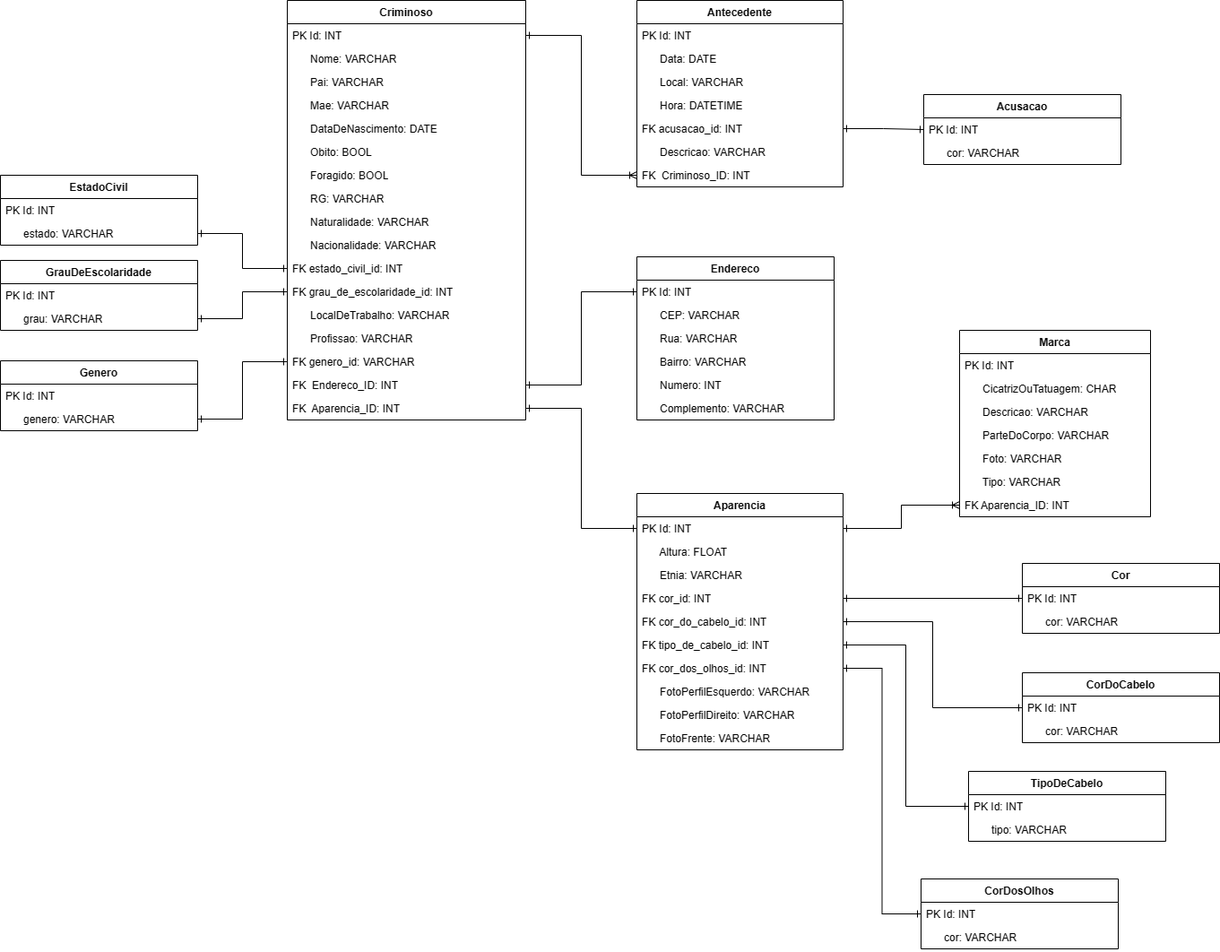
The draw.io diagram Fotos/UML/BancoDeDadosUML.png in PlazaJulio/pcproject, before a commit. Source tidied: cells renumbered, new cells last; positions are measured from the earlier drawing's top-left corner, leaving out a move shared by most shapes.
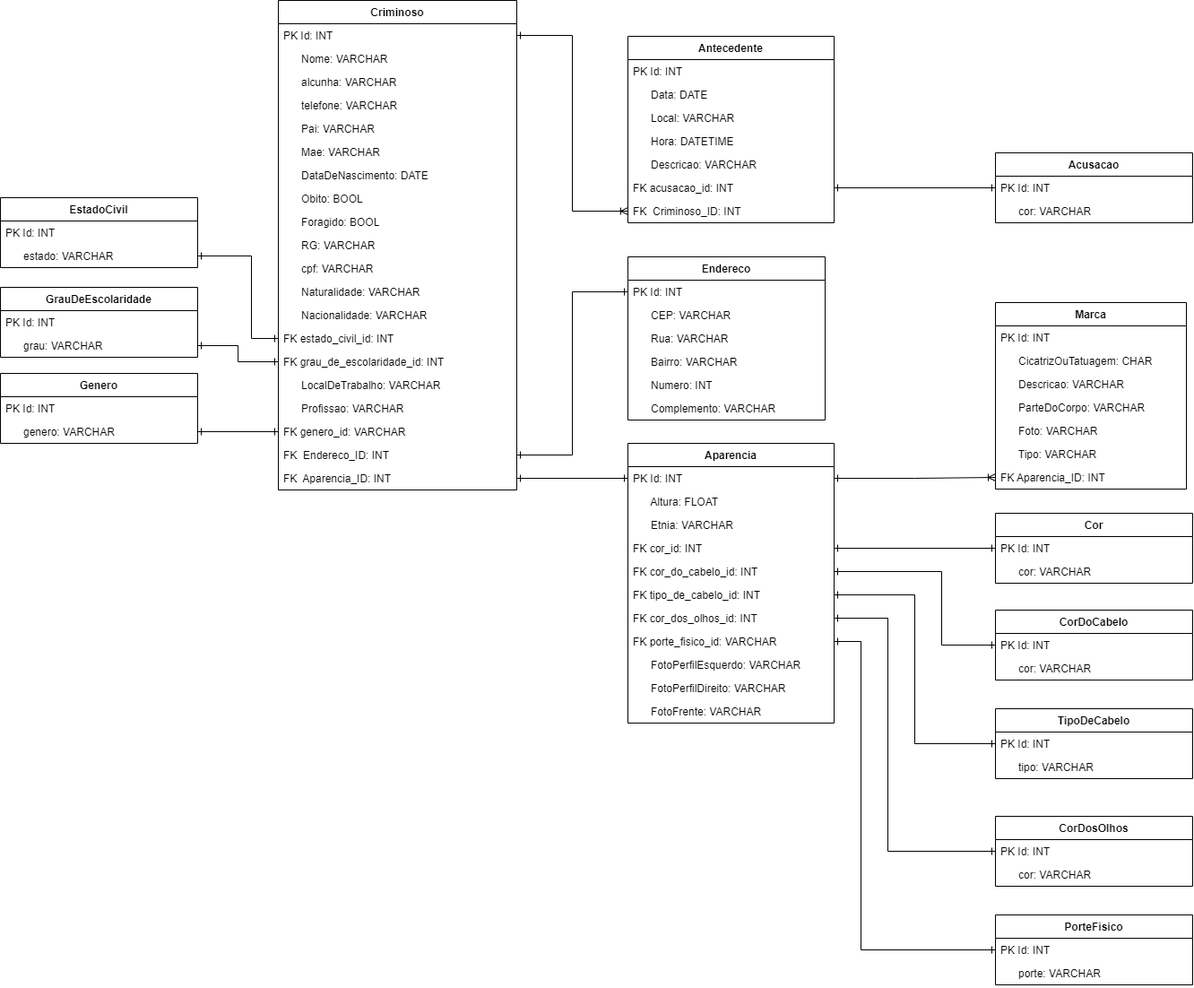
Later version of the same file.

Commit message:
Efetuado a correção do esquema do banco em drawio

Change to the diagram source:
```diff
@@ -26,3 +26,3 @@
     <mxCell id="9" value="Criminoso" style="swimlane;fontStyle=1;align=center;verticalAlign=top;horizontal=1;startSize=26;whiteSpace=wrap;html=1;" parent="1" vertex="1">
-      <mxGeometry x="320" width="266" height="468" as="geometry" />
+      <mxGeometry x="320" width="266" height="546" as="geometry" />
     </mxCell>
@@ -34,46 +34,55 @@
     </mxCell>
+    <mxCell id="90" value="&amp;nbsp; &amp;nbsp; &amp;nbsp; alcunha: VARCHAR" style="text;strokeColor=none;fillColor=none;align=left;verticalAlign=top;spacingLeft=4;spacingRight=4;overflow=hidden;whiteSpace=wrap;html=1;" parent="9" vertex="1">
+      <mxGeometry y="78" width="266" height="26" as="geometry" />
+    </mxCell>
+    <mxCell id="91" value="&amp;nbsp; &amp;nbsp; &amp;nbsp; telefone: VARCHAR" style="text;strokeColor=none;fillColor=none;align=left;verticalAlign=top;spacingLeft=4;spacingRight=4;overflow=hidden;whiteSpace=wrap;html=1;" parent="9" vertex="1">
+      <mxGeometry y="104" width="266" height="26" as="geometry" />
+    </mxCell>
     <mxCell id="12" value="&amp;nbsp; &amp;nbsp; &amp;nbsp; Pai: VARCHAR" style="text;strokeColor=none;fillColor=none;align=left;verticalAlign=top;spacingLeft=4;spacingRight=4;overflow=hidden;whiteSpace=wrap;html=1;" parent="9" vertex="1">
-      <mxGeometry y="78" width="266" height="26" as="geometry" />
+      <mxGeometry y="130" width="266" height="26" as="geometry" />
     </mxCell>
     <mxCell id="13" value="&amp;nbsp; &amp;nbsp; &amp;nbsp; Mae: VARCHAR" style="text;strokeColor=none;fillColor=none;align=left;verticalAlign=top;spacingLeft=4;spacingRight=4;overflow=hidden;whiteSpace=wrap;html=1;" parent="9" vertex="1">
-      <mxGeometry y="104" width="266" height="26" as="geometry" />
+      <mxGeometry y="156" width="266" height="26" as="geometry" />
     </mxCell>
     <mxCell id="14" value="&amp;nbsp; &amp;nbsp; &amp;nbsp; DataDeNascimento: DATE" style="text;strokeColor=none;fillColor=none;align=left;verticalAlign=top;spacingLeft=4;spacingRight=4;overflow=hidden;whiteSpace=wrap;html=1;" parent="9" vertex="1">
-      <mxGeometry y="130" width="266" height="26" as="geometry" />
+      <mxGeometry y="182" width="266" height="26" as="geometry" />
     </mxCell>
     <mxCell id="15" value="&amp;nbsp; &amp;nbsp; &amp;nbsp; Obito: BOOL" style="text;strokeColor=none;fillColor=none;align=left;verticalAlign=top;spacingLeft=4;spacingRight=4;overflow=hidden;whiteSpace=wrap;html=1;" parent="9" vertex="1">
-      <mxGeometry y="156" width="266" height="26" as="geometry" />
+      <mxGeometry y="208" width="266" height="26" as="geometry" />
     </mxCell>
     <mxCell id="16" value="&amp;nbsp; &amp;nbsp; &amp;nbsp; Foragido: BOOL" style="text;strokeColor=none;fillColor=none;align=left;verticalAlign=top;spacingLeft=4;spacingRight=4;overflow=hidden;whiteSpace=wrap;html=1;" parent="9" vertex="1">
-      <mxGeometry y="182" width="266" height="26" as="geometry" />
+      <mxGeometry y="234" width="266" height="26" as="geometry" />
     </mxCell>
     <mxCell id="17" value="&amp;nbsp; &amp;nbsp; &amp;nbsp; RG: VARCHAR" style="text;strokeColor=none;fillColor=none;align=left;verticalAlign=top;spacingLeft=4;spacingRight=4;overflow=hidden;whiteSpace=wrap;html=1;" parent="9" vertex="1">
-      <mxGeometry y="208" width="266" height="26" as="geometry" />
+      <mxGeometry y="260" width="266" height="26" as="geometry" />
     </mxCell>
+    <mxCell id="92" value="&amp;nbsp; &amp;nbsp; &amp;nbsp; cpf: VARCHAR" style="text;strokeColor=none;fillColor=none;align=left;verticalAlign=top;spacingLeft=4;spacingRight=4;overflow=hidden;whiteSpace=wrap;html=1;" parent="9" vertex="1">
+      <mxGeometry y="286" width="266" height="26" as="geometry" />
+    </mxCell>
     <mxCell id="18" value="&amp;nbsp; &amp;nbsp; &amp;nbsp; Naturalidade: VARCHAR" style="text;strokeColor=none;fillColor=none;align=left;verticalAlign=top;spacingLeft=4;spacingRight=4;overflow=hidden;whiteSpace=wrap;html=1;" parent="9" vertex="1">
-      <mxGeometry y="234" width="266" height="26" as="geometry" />
+      <mxGeometry y="312" width="266" height="26" as="geometry" />
     </mxCell>
     <mxCell id="19" value="&amp;nbsp; &amp;nbsp; &amp;nbsp; Nacionalidade: VARCHAR" style="text;strokeColor=none;fillColor=none;align=left;verticalAlign=top;spacingLeft=4;spacingRight=4;overflow=hidden;whiteSpace=wrap;html=1;" parent="9" vertex="1">
-      <mxGeometry y="260" width="266" height="26" as="geometry" />
+      <mxGeometry y="338" width="266" height="26" as="geometry" />
     </mxCell>
     <mxCell id="20" value="FK estado_civil_id: INT" style="text;strokeColor=none;fillColor=none;align=left;verticalAlign=top;spacingLeft=4;spacingRight=4;overflow=hidden;points=[[0,0.5],[1,0.5]];portConstraint=eastwest;whiteSpace=wrap;html=1;" parent="9" vertex="1">
-      <mxGeometry y="286" width="266" height="26" as="geometry" />
+      <mxGeometry y="364" width="266" height="26" as="geometry" />
     </mxCell>
     <mxCell id="21" value="FK grau_de_escolaridade_id: INT" style="text;strokeColor=none;fillColor=none;align=left;verticalAlign=top;spacingLeft=4;spacingRight=4;overflow=hidden;points=[[0,0.5],[1,0.5]];portConstraint=eastwest;whiteSpace=wrap;html=1;" parent="9" vertex="1">
-      <mxGeometry y="312" width="266" height="26" as="geometry" />
+      <mxGeometry y="390" width="266" height="26" as="geometry" />
     </mxCell>
     <mxCell id="22" value="&amp;nbsp; &amp;nbsp; &amp;nbsp; LocalDeTrabalho: VARCHAR" style="text;strokeColor=none;fillColor=none;align=left;verticalAlign=top;spacingLeft=4;spacingRight=4;overflow=hidden;whiteSpace=wrap;html=1;" parent="9" vertex="1">
-      <mxGeometry y="338" width="266" height="26" as="geometry" />
+      <mxGeometry y="416" width="266" height="26" as="geometry" />
     </mxCell>
     <mxCell id="23" value="&amp;nbsp; &amp;nbsp; &amp;nbsp; Profissao: VARCHAR" style="text;strokeColor=none;fillColor=none;align=left;verticalAlign=top;spacingLeft=4;spacingRight=4;overflow=hidden;whiteSpace=wrap;html=1;" parent="9" vertex="1">
-      <mxGeometry y="364" width="266" height="26" as="geometry" />
+      <mxGeometry y="442" width="266" height="26" as="geometry" />
     </mxCell>
     <mxCell id="24" value="FK genero_id: VARCHAR" style="text;strokeColor=none;fillColor=none;align=left;verticalAlign=top;spacingLeft=4;spacingRight=4;overflow=hidden;points=[[0,0.5],[1,0.5]];portConstraint=eastwest;whiteSpace=wrap;html=1;" parent="9" vertex="1">
-      <mxGeometry y="390" width="266" height="26" as="geometry" />
+      <mxGeometry y="468" width="266" height="26" as="geometry" />
     </mxCell>
     <mxCell id="25" value="FK&amp;nbsp; Endereco_ID: INT" style="text;strokeColor=none;fillColor=none;align=left;verticalAlign=top;spacingLeft=4;spacingRight=4;overflow=hidden;points=[[0,0.5],[1,0.5]];portConstraint=eastwest;whiteSpace=wrap;html=1;" parent="9" vertex="1">
-      <mxGeometry y="416" width="266" height="26" as="geometry" />
+      <mxGeometry y="494" width="266" height="26" as="geometry" />
     </mxCell>
     <mxCell id="26" value="FK&amp;nbsp; Aparencia_ID: INT" style="text;strokeColor=none;fillColor=none;align=left;verticalAlign=top;spacingLeft=4;spacingRight=4;overflow=hidden;points=[[0,0.5],[1,0.5]];portConstraint=eastwest;whiteSpace=wrap;html=1;" parent="9" vertex="1">
-      <mxGeometry y="442" width="266" height="26" as="geometry" />
+      <mxGeometry y="520" width="266" height="26" as="geometry" />
     </mxCell>
@@ -83,3 +92,3 @@
     <mxCell id="28" value="Aparencia" style="swimlane;fontStyle=1;align=center;verticalAlign=top;horizontal=1;startSize=26;whiteSpace=wrap;html=1;" parent="1" vertex="1">
-      <mxGeometry x="710" y="550" width="230" height="286" as="geometry" />
+      <mxGeometry x="710" y="494" width="230" height="312" as="geometry" />
     </mxCell>
@@ -106,13 +115,16 @@
     </mxCell>
+    <mxCell id="93" value="FK porte_fisico_id: VARCHAR" style="text;strokeColor=none;fillColor=none;align=left;verticalAlign=top;spacingLeft=4;spacingRight=4;overflow=hidden;points=[[0,0.5],[1,0.5]];portConstraint=eastwest;whiteSpace=wrap;html=1;" parent="28" vertex="1">
+      <mxGeometry y="208" width="230" height="26" as="geometry" />
+    </mxCell>
     <mxCell id="36" value="&amp;nbsp; &amp;nbsp; &amp;nbsp; FotoPerfilEsquerdo: VARCHAR" style="text;strokeColor=none;fillColor=none;align=left;verticalAlign=top;spacingLeft=4;spacingRight=4;overflow=hidden;whiteSpace=wrap;html=1;" parent="28" vertex="1">
-      <mxGeometry y="208" width="230" height="26" as="geometry" />
+      <mxGeometry y="234" width="230" height="26" as="geometry" />
     </mxCell>
     <mxCell id="37" value="&amp;nbsp; &amp;nbsp; &amp;nbsp; FotoPerfilDireito: VARCHAR" style="text;strokeColor=none;fillColor=none;align=left;verticalAlign=top;spacingLeft=4;spacingRight=4;overflow=hidden;whiteSpace=wrap;html=1;" parent="28" vertex="1">
-      <mxGeometry y="234" width="230" height="26" as="geometry" />
+      <mxGeometry y="260" width="230" height="26" as="geometry" />
     </mxCell>
     <mxCell id="38" value="&amp;nbsp; &amp;nbsp; &amp;nbsp; FotoFrente: VARCHAR" style="text;strokeColor=none;fillColor=none;align=left;verticalAlign=top;spacingLeft=4;spacingRight=4;overflow=hidden;whiteSpace=wrap;html=1;" parent="28" vertex="1">
-      <mxGeometry y="260" width="230" height="26" as="geometry" />
+      <mxGeometry y="286" width="230" height="26" as="geometry" />
     </mxCell>
     <mxCell id="39" value="Marca" style="swimlane;fontStyle=1;align=center;verticalAlign=top;horizontal=1;startSize=26;whiteSpace=wrap;html=1;" parent="1" vertex="1">
-      <mxGeometry x="1070" y="368" width="213" height="208" as="geometry" />
+      <mxGeometry x="1120" y="337" width="213" height="208" as="geometry" />
     </mxCell>
@@ -143,3 +155,3 @@
     <mxCell id="48" value="Antecedente" style="swimlane;fontStyle=1;align=center;verticalAlign=top;horizontal=1;startSize=26;whiteSpace=wrap;html=1;" parent="1" vertex="1">
-      <mxGeometry x="710" width="230" height="208" as="geometry" />
+      <mxGeometry x="710" y="40" width="230" height="208" as="geometry" />
     </mxCell>
@@ -157,8 +169,8 @@
     </mxCell>
+    <mxCell id="54" value="&amp;nbsp; &amp;nbsp; &amp;nbsp; Descricao: VARCHAR" style="text;strokeColor=none;fillColor=none;align=left;verticalAlign=top;spacingLeft=4;spacingRight=4;overflow=hidden;whiteSpace=wrap;html=1;" parent="48" vertex="1">
+      <mxGeometry y="130" width="230" height="26" as="geometry" />
+    </mxCell>
     <mxCell id="53" value="FK acusacao_id: INT" style="text;strokeColor=none;fillColor=none;align=left;verticalAlign=top;spacingLeft=4;spacingRight=4;overflow=hidden;points=[[0,0.5],[1,0.5]];portConstraint=eastwest;whiteSpace=wrap;html=1;" parent="48" vertex="1">
-      <mxGeometry y="130" width="230" height="26" as="geometry" />
+      <mxGeometry y="156" width="230" height="26" as="geometry" />
     </mxCell>
-    <mxCell id="54" value="&amp;nbsp; &amp;nbsp; &amp;nbsp; Descricao: VARCHAR" style="text;strokeColor=none;fillColor=none;align=left;verticalAlign=top;spacingLeft=4;spacingRight=4;overflow=hidden;whiteSpace=wrap;html=1;" parent="48" vertex="1">
-      <mxGeometry y="156" width="230" height="26" as="geometry" />
-    </mxCell>
     <mxCell id="55" value="FK&amp;nbsp; Criminoso_ID: INT" style="text;strokeColor=none;fillColor=none;align=left;verticalAlign=top;spacingLeft=4;spacingRight=4;overflow=hidden;points=[[0,0.5],[1,0.5]];portConstraint=eastwest;whiteSpace=wrap;html=1;" parent="48" vertex="1">
@@ -173,3 +185,3 @@
     <mxCell id="58" value="EstadoCivil" style="swimlane;fontStyle=1;align=center;verticalAlign=top;horizontal=1;startSize=26;whiteSpace=wrap;html=1;" parent="1" vertex="1">
-      <mxGeometry y="195" width="220" height="78" as="geometry" />
+      <mxGeometry x="10" y="220" width="220" height="78" as="geometry" />
     </mxCell>
@@ -182,6 +194,11 @@
     <mxCell id="61" style="edgeStyle=orthogonalEdgeStyle;rounded=0;jettySize=auto;html=1;exitX=1;exitY=0.5;exitDx=0;exitDy=0;entryX=0;entryY=0.5;entryDx=0;entryDy=0;endArrow=ERone;endFill=0;startArrow=ERone;startFill=0;" parent="1" edge="1" source="60" target="20">
-      <mxGeometry relative="1" as="geometry" />
+      <mxGeometry relative="1" as="geometry">
+        <Array as="points">
+          <mxPoint x="290" y="285" />
+          <mxPoint x="290" y="377" />
+        </Array>
+      </mxGeometry>
     </mxCell>
     <mxCell id="62" value="GrauDeEscolaridade" style="swimlane;fontStyle=1;align=center;verticalAlign=top;horizontal=1;startSize=26;whiteSpace=wrap;html=1;" parent="1" vertex="1">
-      <mxGeometry y="290" width="220" height="78" as="geometry" />
+      <mxGeometry x="10" y="320" width="220" height="78" as="geometry" />
     </mxCell>
@@ -197,3 +214,3 @@
     <mxCell id="66" value="Genero" style="swimlane;fontStyle=1;align=center;verticalAlign=top;horizontal=1;startSize=26;whiteSpace=wrap;html=1;" parent="1" vertex="1">
-      <mxGeometry y="402" width="220" height="78" as="geometry" />
+      <mxGeometry x="10" y="416" width="220" height="78" as="geometry" />
     </mxCell>
@@ -209,3 +226,3 @@
     <mxCell id="70" value="Cor" style="swimlane;fontStyle=1;align=center;verticalAlign=top;horizontal=1;startSize=26;whiteSpace=wrap;html=1;" parent="1" vertex="1">
-      <mxGeometry x="1140" y="628" width="220" height="78" as="geometry" />
+      <mxGeometry x="1120" y="572" width="220" height="78" as="geometry" />
     </mxCell>
@@ -221,3 +238,3 @@
     <mxCell id="74" value="CorDoCabelo" style="swimlane;fontStyle=1;align=center;verticalAlign=top;horizontal=1;startSize=26;whiteSpace=wrap;html=1;" parent="1" vertex="1">
-      <mxGeometry x="1140" y="750" width="220" height="78" as="geometry" />
+      <mxGeometry x="1120" y="680" width="220" height="78" as="geometry" />
     </mxCell>
@@ -229,7 +246,4 @@
     </mxCell>
-    <mxCell id="77" style="edgeStyle=orthogonalEdgeStyle;rounded=0;jettySize=auto;html=1;exitX=1;exitY=0.5;exitDx=0;exitDy=0;entryX=0;entryY=0.5;entryDx=0;entryDy=0;startArrow=ERone;startFill=0;endArrow=ERone;endFill=0;" parent="1" edge="1" source="33" target="75">
-      <mxGeometry relative="1" as="geometry" />
-    </mxCell>
     <mxCell id="78" value="TipoDeCabelo" style="swimlane;fontStyle=1;align=center;verticalAlign=top;horizontal=1;startSize=26;whiteSpace=wrap;html=1;" parent="1" vertex="1">
-      <mxGeometry x="1080" y="860" width="220" height="78" as="geometry" />
+      <mxGeometry x="1120" y="790" width="220" height="78" as="geometry" />
     </mxCell>
@@ -241,7 +255,4 @@
     </mxCell>
-    <mxCell id="81" style="edgeStyle=orthogonalEdgeStyle;rounded=0;jettySize=auto;html=1;exitX=1;exitY=0.5;exitDx=0;exitDy=0;entryX=0;entryY=0.5;entryDx=0;entryDy=0;endArrow=ERone;endFill=0;startArrow=ERone;startFill=0;" parent="1" edge="1" source="34" target="79">
-      <mxGeometry relative="1" as="geometry" />
-    </mxCell>
     <mxCell id="82" value="CorDosOlhos" style="swimlane;fontStyle=1;align=center;verticalAlign=top;horizontal=1;startSize=26;whiteSpace=wrap;html=1;" parent="1" vertex="1">
-      <mxGeometry x="1027" y="980" width="220" height="78" as="geometry" />
+      <mxGeometry x="1120" y="910" width="220" height="78" as="geometry" />
     </mxCell>
@@ -253,7 +264,4 @@
     </mxCell>
-    <mxCell id="85" style="edgeStyle=orthogonalEdgeStyle;rounded=0;jettySize=auto;html=1;exitX=1;exitY=0.5;exitDx=0;exitDy=0;entryX=0;entryY=0.5;entryDx=0;entryDy=0;startArrow=ERone;startFill=0;endArrow=ERone;endFill=0;" parent="1" edge="1" source="35" target="82">
-      <mxGeometry relative="1" as="geometry" />
-    </mxCell>
     <mxCell id="86" value="Acusacao" style="swimlane;fontStyle=1;align=center;verticalAlign=top;horizontal=1;startSize=26;whiteSpace=wrap;html=1;" parent="1" vertex="1">
-      <mxGeometry x="1030" y="105" width="220" height="78" as="geometry" />
+      <mxGeometry x="1120" y="170" width="220" height="78" as="geometry" />
     </mxCell>
@@ -268,2 +276,43 @@
     </mxCell>
+    <mxCell id="77" style="edgeStyle=orthogonalEdgeStyle;rounded=0;jettySize=auto;html=1;exitX=1;exitY=0.5;exitDx=0;exitDy=0;entryX=0;entryY=0.5;entryDx=0;entryDy=0;endArrow=ERone;endFill=0;startArrow=ERone;startFill=0;" parent="1" edge="1" source="33" target="75">
+      <mxGeometry relative="1" as="geometry">
+        <Array as="points">
+          <mxPoint x="1060" y="637" />
+          <mxPoint x="1060" y="719" />
+        </Array>
+      </mxGeometry>
+    </mxCell>
+    <mxCell id="81" style="edgeStyle=orthogonalEdgeStyle;rounded=0;jettySize=auto;html=1;exitX=1;exitY=0.5;exitDx=0;exitDy=0;entryX=0;entryY=0.5;entryDx=0;entryDy=0;endArrow=ERone;endFill=0;startArrow=ERone;startFill=0;" parent="1" edge="1" source="34" target="79">
+      <mxGeometry relative="1" as="geometry">
+        <Array as="points">
+          <mxPoint x="1030" y="663" />
+          <mxPoint x="1030" y="829" />
+        </Array>
+      </mxGeometry>
+    </mxCell>
+    <mxCell id="94" style="edgeStyle=orthogonalEdgeStyle;rounded=0;jettySize=auto;html=1;exitX=1;exitY=0.5;exitDx=0;exitDy=0;entryX=0;entryY=0.5;entryDx=0;entryDy=0;endArrow=ERone;endFill=0;startArrow=ERone;startFill=0;" parent="1" edge="1" source="35" target="83">
+      <mxGeometry relative="1" as="geometry">
+        <Array as="points">
+          <mxPoint x="1000" y="689" />
+          <mxPoint x="1000" y="949" />
+        </Array>
+      </mxGeometry>
+    </mxCell>
+    <mxCell id="95" value="PorteFisico" style="swimlane;fontStyle=1;align=center;verticalAlign=top;horizontal=1;startSize=26;whiteSpace=wrap;html=1;" parent="1" vertex="1">
+      <mxGeometry x="1120" y="1020" width="220" height="78" as="geometry" />
+    </mxCell>
+    <mxCell id="96" value="PK Id: INT" style="text;strokeColor=none;fillColor=none;align=left;verticalAlign=top;spacingLeft=4;spacingRight=4;overflow=hidden;points=[[0,0.5],[1,0.5]];portConstraint=eastwest;whiteSpace=wrap;html=1;" parent="95" vertex="1">
+      <mxGeometry y="26" width="220" height="26" as="geometry" />
+    </mxCell>
+    <mxCell id="97" value="&amp;nbsp; &amp;nbsp; &amp;nbsp; porte: VARCHAR" style="text;strokeColor=none;fillColor=none;align=left;verticalAlign=top;spacingLeft=4;spacingRight=4;overflow=hidden;whiteSpace=wrap;html=1;" parent="95" vertex="1">
+      <mxGeometry y="52" width="220" height="26" as="geometry" />
+    </mxCell>
+    <mxCell id="98" style="edgeStyle=orthogonalEdgeStyle;rounded=0;jettySize=auto;html=1;exitX=1;exitY=0.5;exitDx=0;exitDy=0;entryX=0;entryY=0.5;entryDx=0;entryDy=0;startArrow=ERone;startFill=0;endArrow=ERone;endFill=0;" parent="1" edge="1" source="93" target="96">
+      <mxGeometry relative="1" as="geometry">
+        <Array as="points">
+          <mxPoint x="970" y="715" />
+          <mxPoint x="970" y="1059" />
+        </Array>
+      </mxGeometry>
+    </mxCell>
   </root>
```
